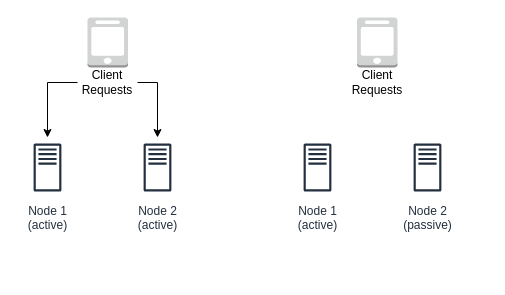
Above: failover.drawio in jayanthkmr/architecture-diagrams (draw.io), before the change. Source tidied: cells renumbered, new cells numbered last; positions are measured from the earlier drawing's top-left corner, leaving out a move shared by most shapes. Both pictures are drawn from the tidied source at 100%, with x=0, y=0 at pixel (17, 17).
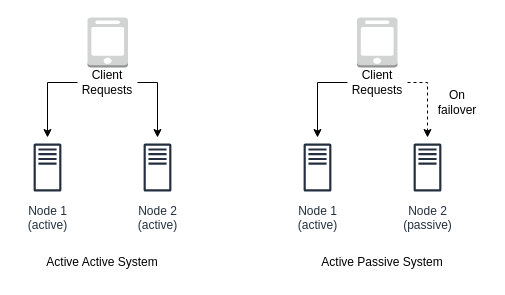
After the change.

Diff of the diagram source:
```diff
@@
+    <mxCell id="12" style="endArrow=classic;html=1;rounded=0;exitX=0;exitY=0.5;exitDx=0;exitDy=0;" parent="1" edge="1">
+      <mxGeometry relative="1" as="geometry">
+        <mxPoint x="330" y="65" as="sourcePoint" />
+        <mxPoint x="300" y="120" as="targetPoint" />
+        <Array as="points">
+          <mxPoint x="300" y="65" />
+        </Array>
+      </mxGeometry>
+    </mxCell>
+    <mxCell id="13" style="endArrow=classic;html=1;rounded=0;exitX=1;exitY=0.5;exitDx=0;exitDy=0;dashed=1;" parent="1" edge="1">
+      <mxGeometry relative="1" as="geometry">
+        <mxPoint x="390" y="65" as="sourcePoint" />
+        <mxPoint x="410" y="120" as="targetPoint" />
+        <Array as="points">
+          <mxPoint x="410" y="65" />
+        </Array>
+      </mxGeometry>
+    </mxCell>
+    <mxCell id="14" value="On failover" style="text;html=1;strokeColor=none;fillColor=none;align=center;verticalAlign=middle;whiteSpace=wrap;rounded=0;" parent="1" vertex="1">
+      <mxGeometry x="410" y="70" width="60" height="30" as="geometry" />
+    </mxCell>
+    <mxCell id="15" value="Active Active System" style="text;html=1;strokeColor=none;fillColor=none;align=center;verticalAlign=middle;whiteSpace=wrap;rounded=0;" parent="1" vertex="1">
+      <mxGeometry x="20" y="230" width="130" height="30" as="geometry" />
+    </mxCell>
+    <mxCell id="16" value="Active Passive System" style="text;html=1;strokeColor=none;fillColor=none;align=center;verticalAlign=middle;whiteSpace=wrap;rounded=0;" parent="1" vertex="1">
+      <mxGeometry x="300" y="230" width="130" height="30" as="geometry" />
+    </mxCell>
```
